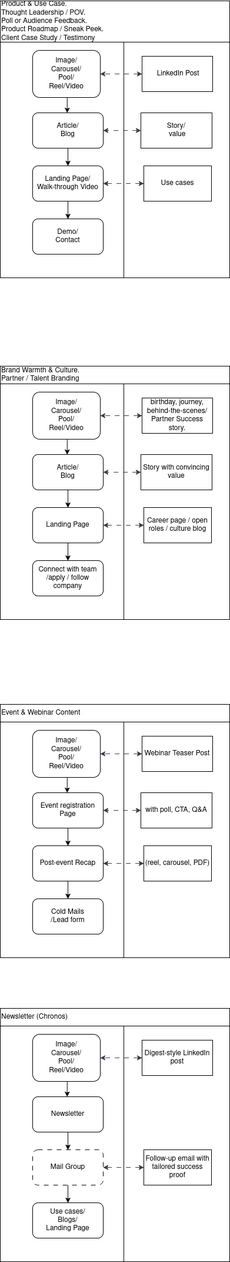
Earlier version of the draw.io export usecase/Untitled Diagram.drawio.png (Meharaj-thoufik/Quality-Candidate-Recruit). Source tidied: cells renumbered, new cells last; positions are measured from the earlier drawing's top-left corner, leaving out a move shared by most shapes.
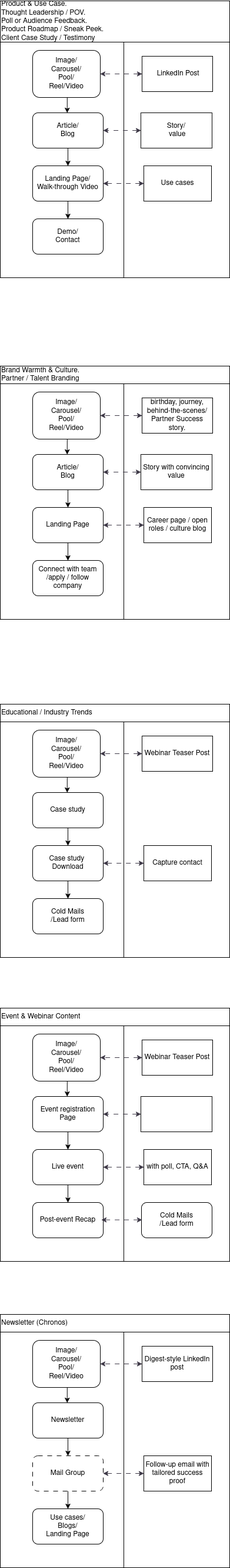
Later version of the same file.

The edit, as a diff of the source:
```diff
@@ -118,13 +118,13 @@
     <mxCell id="35" style="edgeStyle=orthogonalEdgeStyle;rounded=0;jettySize=auto;html=1;" parent="1" edge="1" source="36" target="41">
       <mxGeometry relative="1" as="geometry" />
     </mxCell>
-    <mxCell id="36" value="&amp;nbsp;Post-event Recap&amp;nbsp;" style="rounded=1;whiteSpace=wrap;html=1;" parent="1" vertex="1">
+    <mxCell id="36" value="Case study&amp;nbsp;&lt;br&gt;Download" style="rounded=1;whiteSpace=wrap;html=1;" parent="1" vertex="1">
       <mxGeometry x="55" y="1434" width="120" height="60" as="geometry" />
     </mxCell>
     <mxCell id="37" style="edgeStyle=orthogonalEdgeStyle;rounded=0;jettySize=auto;html=1;" parent="1" edge="1" source="38" target="36">
       <mxGeometry relative="1" as="geometry" />
     </mxCell>
-    <mxCell id="38" value="Event registration Page" style="rounded=1;whiteSpace=wrap;html=1;" parent="1" vertex="1">
+    <mxCell id="38" value="Case study" style="rounded=1;whiteSpace=wrap;html=1;" parent="1" vertex="1">
       <mxGeometry x="55" y="1344" width="120" height="60" as="geometry" />
     </mxCell>
     <mxCell id="39" style="edgeStyle=orthogonalEdgeStyle;rounded=0;jettySize=auto;html=1;exitX=0.489;exitY=0.95;exitDx=0;exitDy=0;exitPerimeter=0;" parent="1" edge="1" source="40">
@@ -141,7 +141,7 @@
     <mxCell id="42" style="rounded=0;whiteSpace=wrap;html=1;fillColor=none;" parent="1" vertex="1">
       <mxGeometry x="210" y="1224" width="180" height="400" as="geometry" />
     </mxCell>
-    <mxCell id="43" value="&lt;div align=&quot;left&quot;&gt;Event &amp;amp; Webinar Content&lt;/div&gt;" style="rounded=0;whiteSpace=wrap;html=1;fillColor=none;align=left;" parent="1" vertex="1">
+    <mxCell id="43" value="&lt;div align=&quot;left&quot;&gt;Educational / Industry Trends&lt;/div&gt;" style="rounded=0;whiteSpace=wrap;html=1;fillColor=none;align=left;" parent="1" vertex="1">
       <mxGeometry y="1194" width="390" height="30" as="geometry" />
     </mxCell>
     <mxCell id="44" style="edgeStyle=orthogonalEdgeStyle;rounded=0;jettySize=auto;html=1;startArrow=classic;startFill=1;dashed=1;dashPattern=8 8;curved=0;strokeColor=light-dark(#3d3846, #ededed);" parent="1" edge="1" source="45" target="40">
@@ -150,67 +150,122 @@
     <mxCell id="45" value="Webinar Teaser Post" style="rounded=0;whiteSpace=wrap;html=1;" parent="1" vertex="1">
       <mxGeometry x="241" y="1248" width="120" height="60" as="geometry" />
     </mxCell>
-    <mxCell id="46" style="edgeStyle=orthogonalEdgeStyle;rounded=0;jettySize=auto;html=1;startArrow=classic;startFill=1;dashed=1;dashPattern=8 8;curved=0;strokeColor=light-dark(#3d3846, #ededed);" parent="1" edge="1" source="47">
-      <mxGeometry relative="1" as="geometry">
-        <mxPoint x="175" y="1374" as="targetPoint" />
-      </mxGeometry>
-    </mxCell>
-    <mxCell id="47" value="with poll, CTA, Q&amp;amp;A" style="rounded=0;whiteSpace=wrap;html=1;" parent="1" vertex="1">
-      <mxGeometry x="239" y="1344" width="121" height="60" as="geometry" />
-    </mxCell>
     <mxCell id="48" style="edgeStyle=orthogonalEdgeStyle;rounded=0;jettySize=auto;html=1;startArrow=classic;startFill=1;dashed=1;dashPattern=8 8;curved=0;strokeColor=light-dark(#3d3846, #ededed);" parent="1" edge="1" source="49">
       <mxGeometry relative="1" as="geometry">
         <mxPoint x="175" y="1464" as="targetPoint" />
       </mxGeometry>
     </mxCell>
-    <mxCell id="49" value="(reel, carousel, PDF)" style="rounded=0;whiteSpace=wrap;html=1;" parent="1" vertex="1">
+    <mxCell id="49" value="Capture contact" style="rounded=0;whiteSpace=wrap;html=1;" parent="1" vertex="1">
       <mxGeometry x="244" y="1434" width="115" height="60" as="geometry" />
     </mxCell>
     <mxCell id="50" style="rounded=0;whiteSpace=wrap;html=1;fillColor=none;" parent="1" vertex="1">
-      <mxGeometry y="1740" width="210" height="400" as="geometry" />
+      <mxGeometry y="2260" width="210" height="400" as="geometry" />
     </mxCell>
     <mxCell id="51" style="edgeStyle=orthogonalEdgeStyle;rounded=0;jettySize=auto;html=1;" parent="1" edge="1" source="52" target="57">
       <mxGeometry relative="1" as="geometry" />
     </mxCell>
     <mxCell id="52" value="Mail Group" style="rounded=1;whiteSpace=wrap;html=1;dashed=1;dashPattern=8 8;" parent="1" vertex="1">
-      <mxGeometry x="55" y="1950" width="120" height="60" as="geometry" />
+      <mxGeometry x="55" y="2470" width="120" height="60" as="geometry" />
     </mxCell>
     <mxCell id="53" style="edgeStyle=orthogonalEdgeStyle;rounded=0;jettySize=auto;html=1;" parent="1" edge="1" source="54" target="52">
       <mxGeometry relative="1" as="geometry" />
     </mxCell>
     <mxCell id="54" value="Newsletter" style="rounded=1;whiteSpace=wrap;html=1;" parent="1" vertex="1">
-      <mxGeometry x="55" y="1860" width="120" height="60" as="geometry" />
+      <mxGeometry x="55" y="2380" width="120" height="60" as="geometry" />
     </mxCell>
     <mxCell id="55" style="edgeStyle=orthogonalEdgeStyle;rounded=0;jettySize=auto;html=1;exitX=0.489;exitY=0.95;exitDx=0;exitDy=0;exitPerimeter=0;" parent="1" edge="1" source="56">
       <mxGeometry relative="1" as="geometry">
-        <mxPoint x="113.8" y="1860" as="targetPoint" />
+        <mxPoint x="113.8" y="2380" as="targetPoint" />
       </mxGeometry>
     </mxCell>
     <mxCell id="56" value="Image/&lt;br&gt;Carousel/&lt;br&gt;Pool/&lt;br&gt;Reel/Video" style="rounded=1;whiteSpace=wrap;html=1;" parent="1" vertex="1">
-      <mxGeometry x="55" y="1754" width="115" height="80" as="geometry" />
+      <mxGeometry x="55" y="2274" width="115" height="80" as="geometry" />
     </mxCell>
     <mxCell id="57" value="Use cases/&lt;br&gt;Blogs/&lt;br&gt;Landing Page" style="rounded=1;whiteSpace=wrap;html=1;" parent="1" vertex="1">
-      <mxGeometry x="55" y="2040" width="120" height="60" as="geometry" />
+      <mxGeometry x="55" y="2560" width="120" height="60" as="geometry" />
     </mxCell>
     <mxCell id="58" style="rounded=0;whiteSpace=wrap;html=1;fillColor=none;" parent="1" vertex="1">
-      <mxGeometry x="210" y="1740" width="180" height="400" as="geometry" />
+      <mxGeometry x="210" y="2260" width="180" height="400" as="geometry" />
     </mxCell>
     <mxCell id="59" value="&lt;div align=&quot;left&quot;&gt;Newsletter (Chronos)&lt;/div&gt;" style="rounded=0;whiteSpace=wrap;html=1;fillColor=none;align=left;" parent="1" vertex="1">
-      <mxGeometry y="1710" width="390" height="30" as="geometry" />
+      <mxGeometry y="2230" width="390" height="30" as="geometry" />
     </mxCell>
     <mxCell id="60" style="edgeStyle=orthogonalEdgeStyle;rounded=0;jettySize=auto;html=1;startArrow=classic;startFill=1;dashed=1;dashPattern=8 8;curved=0;strokeColor=light-dark(#3d3846, #ededed);" parent="1" edge="1" source="61" target="56">
       <mxGeometry relative="1" as="geometry" />
     </mxCell>
     <mxCell id="61" value="Digest-style LinkedIn post" style="rounded=0;whiteSpace=wrap;html=1;" parent="1" vertex="1">
-      <mxGeometry x="241" y="1764" width="120" height="60" as="geometry" />
+      <mxGeometry x="241" y="2284" width="120" height="60" as="geometry" />
     </mxCell>
     <mxCell id="62" style="edgeStyle=orthogonalEdgeStyle;rounded=0;jettySize=auto;html=1;startArrow=classic;startFill=1;dashed=1;dashPattern=8 8;curved=0;strokeColor=light-dark(#3d3846, #ededed);" parent="1" edge="1" source="63">
       <mxGeometry relative="1" as="geometry">
-        <mxPoint x="175" y="1980" as="targetPoint" />
+        <mxPoint x="175" y="2500" as="targetPoint" />
       </mxGeometry>
     </mxCell>
     <mxCell id="63" value="Follow-up email with tailored success proof" style="rounded=0;whiteSpace=wrap;html=1;" parent="1" vertex="1">
-      <mxGeometry x="244" y="1950" width="115" height="60" as="geometry" />
+      <mxGeometry x="244" y="2470" width="115" height="60" as="geometry" />
     </mxCell>
+    <mxCell id="64" style="rounded=0;whiteSpace=wrap;html=1;fillColor=none;" parent="1" vertex="1">
+      <mxGeometry y="1740" width="210" height="400" as="geometry" />
+    </mxCell>
+    <mxCell id="65" style="edgeStyle=orthogonalEdgeStyle;rounded=0;jettySize=auto;html=1;" parent="1" edge="1" source="66" target="71">
+      <mxGeometry relative="1" as="geometry" />
+    </mxCell>
+    <mxCell id="66" value="Live event" style="rounded=1;whiteSpace=wrap;html=1;" parent="1" vertex="1">
+      <mxGeometry x="55" y="1950" width="120" height="60" as="geometry" />
+    </mxCell>
+    <mxCell id="67" style="edgeStyle=orthogonalEdgeStyle;rounded=0;jettySize=auto;html=1;" parent="1" edge="1" source="68" target="66">
+      <mxGeometry relative="1" as="geometry" />
+    </mxCell>
+    <mxCell id="68" value="Event registration Page" style="rounded=1;whiteSpace=wrap;html=1;" parent="1" vertex="1">
+      <mxGeometry x="55" y="1860" width="120" height="60" as="geometry" />
+    </mxCell>
+    <mxCell id="69" style="edgeStyle=orthogonalEdgeStyle;rounded=0;jettySize=auto;html=1;exitX=0.489;exitY=0.95;exitDx=0;exitDy=0;exitPerimeter=0;" parent="1" edge="1" source="70">
+      <mxGeometry relative="1" as="geometry">
+        <mxPoint x="113.8" y="1860" as="targetPoint" />
+      </mxGeometry>
+    </mxCell>
+    <mxCell id="70" value="Image/&lt;br&gt;Carousel/&lt;br&gt;Pool/&lt;br&gt;Reel/Video" style="rounded=1;whiteSpace=wrap;html=1;" parent="1" vertex="1">
+      <mxGeometry x="55" y="1754" width="115" height="80" as="geometry" />
+    </mxCell>
+    <mxCell id="71" value="&amp;nbsp;Post-event Recap&amp;nbsp;" style="rounded=1;whiteSpace=wrap;html=1;" parent="1" vertex="1">
+      <mxGeometry x="55" y="2040" width="120" height="60" as="geometry" />
+    </mxCell>
+    <mxCell id="72" style="rounded=0;whiteSpace=wrap;html=1;fillColor=none;" parent="1" vertex="1">
+      <mxGeometry x="210" y="1740" width="180" height="400" as="geometry" />
+    </mxCell>
+    <mxCell id="73" value="&lt;div align=&quot;left&quot;&gt;Event &amp;amp; Webinar Content&lt;/div&gt;" style="rounded=0;whiteSpace=wrap;html=1;fillColor=none;align=left;" parent="1" vertex="1">
+      <mxGeometry y="1710" width="390" height="30" as="geometry" />
+    </mxCell>
+    <mxCell id="74" style="edgeStyle=orthogonalEdgeStyle;rounded=0;jettySize=auto;html=1;startArrow=classic;startFill=1;dashed=1;dashPattern=8 8;curved=0;strokeColor=light-dark(#3d3846, #ededed);" parent="1" edge="1" source="75" target="70">
+      <mxGeometry relative="1" as="geometry" />
+    </mxCell>
+    <mxCell id="75" value="Webinar Teaser Post" style="rounded=0;whiteSpace=wrap;html=1;" parent="1" vertex="1">
+      <mxGeometry x="241" y="1764" width="120" height="60" as="geometry" />
+    </mxCell>
+    <mxCell id="76" style="edgeStyle=orthogonalEdgeStyle;rounded=0;jettySize=auto;html=1;startArrow=classic;startFill=1;dashed=1;dashPattern=8 8;curved=0;strokeColor=light-dark(#3d3846, #ededed);" parent="1" edge="1" source="77">
+      <mxGeometry relative="1" as="geometry">
+        <mxPoint x="175" y="1890" as="targetPoint" />
+      </mxGeometry>
+    </mxCell>
+    <mxCell id="77" style="rounded=0;whiteSpace=wrap;html=1;" parent="1" vertex="1">
+      <mxGeometry x="239" y="1860" width="121" height="60" as="geometry" />
+    </mxCell>
+    <mxCell id="78" style="edgeStyle=orthogonalEdgeStyle;rounded=0;jettySize=auto;html=1;startArrow=classic;startFill=1;dashed=1;dashPattern=8 8;curved=0;strokeColor=light-dark(#3d3846, #ededed);" parent="1" edge="1" source="47">
+      <mxGeometry relative="1" as="geometry">
+        <mxPoint x="175" y="1980" as="targetPoint" />
+      </mxGeometry>
+    </mxCell>
+    <mxCell id="47" value="with poll, CTA, Q&amp;amp;A" style="rounded=0;whiteSpace=wrap;html=1;" parent="1" vertex="1">
+      <mxGeometry x="244" y="1950" width="115" height="60" as="geometry" />
+    </mxCell>
+    <mxCell id="79" value="Cold Mails&lt;br&gt;/Lead form" style="rounded=1;whiteSpace=wrap;html=1;" parent="1" vertex="1">
+      <mxGeometry x="240" y="2040" width="120" height="60" as="geometry" />
+    </mxCell>
+    <mxCell id="80" style="edgeStyle=orthogonalEdgeStyle;rounded=0;orthogonalLoop=1;jettySize=auto;html=1;startArrow=classic;startFill=1;dashed=1;dashPattern=8 8;curved=0;strokeColor=light-dark(#3d3846, #ededed);" parent="1" edge="1">
+      <mxGeometry relative="1" as="geometry">
+        <mxPoint x="241" y="2069.5" as="sourcePoint" />
+        <mxPoint x="172" y="2069.5" as="targetPoint" />
+      </mxGeometry>
+    </mxCell>
   </root>
 </mxGraphModel>
```
